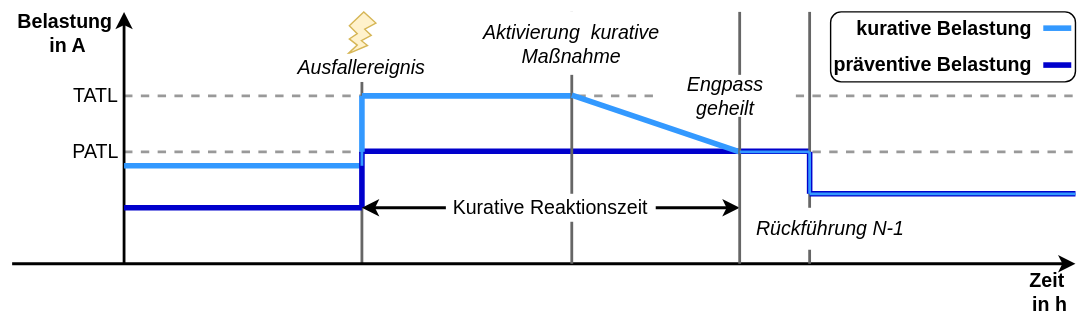
Before: figures/chapter_2/preventiv_vs._curative_redispatch.svg, a diagram exported from draw.io (nikolaus0812/Masterarbeit-Ausgestaltung-eines-Marktmechanismus-fuer-kurative-Systemfuehrung-zur-Engpassbehebung). Source tidied: cells renumbered, new cells last; positions are measured from the earlier drawing's top-left corner, leaving out a move shared by most shapes.
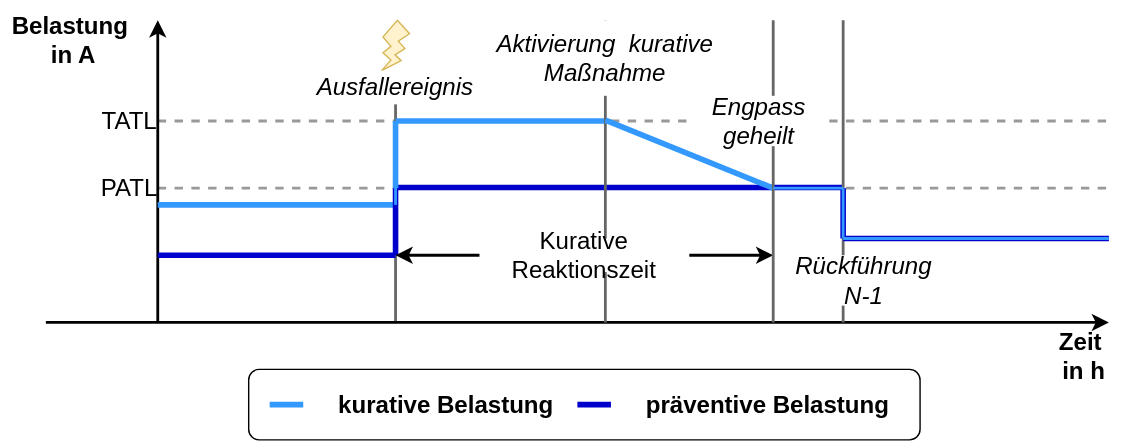
After the change.

The edit, as a diff of the source:
```diff
@@ -3,16 +3,16 @@
     <mxCell id="0" />
     <mxCell id="1" parent="0" />
     <mxCell id="2" style="rounded=1;whiteSpace=wrap;html=1;" parent="1" vertex="1">
-      <mxGeometry x="585" y="8" width="175" height="50" as="geometry" />
+      <mxGeometry x="145" y="265.6" width="480" height="50.4" as="geometry" />
     </mxCell>
     <mxCell id="3" style="endArrow=none;rounded=0;dashed=1;strokeColor=#999999;shadow=0;strokeWidth=2;entryX=1;entryY=0.5;entryDx=0;entryDy=0;" parent="1" edge="1" target="36">
       <mxGeometry relative="1" as="geometry">
-        <mxPoint x="80" y="68" as="sourcePoint" />
+        <mxPoint x="80" y="88" as="sourcePoint" />
       </mxGeometry>
     </mxCell>
     <mxCell id="4" style="endArrow=none;rounded=0;fillColor=#f8cecc;strokeColor=#666666;strokeWidth=2;" parent="1" edge="1" target="34">
       <mxGeometry relative="1" as="geometry">
-        <mxPoint x="250" y="188" as="sourcePoint" />
+        <mxPoint x="250" y="232" as="sourcePoint" />
       </mxGeometry>
     </mxCell>
     <mxCell id="5" style="endArrow=none;rounded=0;fillColor=#f8cecc;strokeColor=#666666;strokeWidth=2;" parent="1" edge="1" source="34" target="27">
@@ -20,183 +20,183 @@
     </mxCell>
     <mxCell id="6" style="endArrow=none;rounded=0;dashed=1;strokeColor=#999999;shadow=0;strokeWidth=2;" parent="1" edge="1" source="36">
       <mxGeometry relative="1" as="geometry">
-        <mxPoint x="760" y="68" as="targetPoint" />
+        <mxPoint x="760" y="88" as="targetPoint" />
       </mxGeometry>
     </mxCell>
     <mxCell id="7" style="endArrow=none;rounded=0;dashed=1;strokeColor=#999999;shadow=0;strokeWidth=2;" parent="1" edge="1">
       <mxGeometry relative="1" as="geometry">
-        <mxPoint x="80" y="108" as="sourcePoint" />
-        <mxPoint x="760" y="108" as="targetPoint" />
+        <mxPoint x="80" y="136" as="sourcePoint" />
+        <mxPoint x="760" y="136" as="targetPoint" />
       </mxGeometry>
     </mxCell>
     <mxCell id="8" style="endArrow=classic;rounded=0;strokeWidth=2;" parent="1" edge="1">
       <mxGeometry relative="1" as="geometry">
-        <mxPoint x="80" y="188" as="sourcePoint" />
-        <mxPoint x="80" y="8" as="targetPoint" />
+        <mxPoint x="80" y="232" as="sourcePoint" />
+        <mxPoint x="80" y="16" as="targetPoint" />
       </mxGeometry>
     </mxCell>
     <mxCell id="9" style="endArrow=classic;rounded=0;strokeWidth=2;" parent="1" edge="1">
       <mxGeometry relative="1" as="geometry">
-        <mxPoint y="188" as="sourcePoint" />
-        <mxPoint x="760" y="188" as="targetPoint" />
+        <mxPoint y="232" as="sourcePoint" />
+        <mxPoint x="760" y="232" as="targetPoint" />
       </mxGeometry>
     </mxCell>
-    <mxCell id="10" value="Zeit&#10; in h" style="text;whiteSpace=wrap;strokeColor=none;fillColor=none;align=center;verticalAlign=middle;rounded=0;rotation=0;fontStyle=1;fontSize=14;fontFamily=Helvetica;" parent="1" vertex="1">
-      <mxGeometry x="710" y="188" width="60" height="40" as="geometry" />
+    <mxCell id="10" value="Zeit&#10; in h" style="text;whiteSpace=wrap;strokeColor=none;fillColor=none;align=center;verticalAlign=middle;rounded=0;rotation=0;fontStyle=1;fontSize=17.2;fontFamily=Helvetica;" parent="1" vertex="1">
+      <mxGeometry x="710" y="232" width="60" height="48" as="geometry" />
     </mxCell>
-    <mxCell id="11" value="Belastung &#10;in A" style="text;whiteSpace=wrap;strokeColor=none;fillColor=none;align=center;verticalAlign=middle;rounded=0;fontStyle=1;fontSize=14;fontFamily=Arial;" parent="1" vertex="1">
-      <mxGeometry x="10" y="3" width="60" height="40" as="geometry" />
+    <mxCell id="11" value="Belastung &#10;in A" style="text;whiteSpace=wrap;strokeColor=none;fillColor=none;align=center;verticalAlign=middle;rounded=0;fontStyle=1;fontSize=17.2;fontFamily=Arial;" parent="1" vertex="1">
+      <mxGeometry x="-32" y="1.6" width="104" height="57.6" as="geometry" />
     </mxCell>
     <mxCell id="12" style="endArrow=none;rounded=0;fillColor=#f8cecc;strokeColor=#666666;strokeWidth=2;" parent="1" edge="1" source="27">
       <mxGeometry relative="1" as="geometry">
-        <mxPoint x="250" y="8" as="targetPoint" />
+        <mxPoint x="250" y="16" as="targetPoint" />
       </mxGeometry>
     </mxCell>
     <mxCell id="13" style="endArrow=none;rounded=0;fillColor=#6666FF;strokeColor=#0000CC;strokeWidth=4;" parent="1" edge="1">
       <mxGeometry relative="1" as="geometry">
-        <mxPoint x="80" y="148" as="sourcePoint" />
-        <mxPoint x="250" y="148" as="targetPoint" />
+        <mxPoint x="80" y="184" as="sourcePoint" />
+        <mxPoint x="250" y="184" as="targetPoint" />
       </mxGeometry>
     </mxCell>
     <mxCell id="14" style="endArrow=none;rounded=0;fillColor=#6666FF;strokeColor=#0000CC;strokeWidth=4;" parent="1" edge="1">
       <mxGeometry relative="1" as="geometry">
-        <mxPoint x="250" y="107.6" as="sourcePoint" />
-        <mxPoint x="570" y="107.6" as="targetPoint" />
+        <mxPoint x="250" y="135.5" as="sourcePoint" />
+        <mxPoint x="570" y="135.5" as="targetPoint" />
       </mxGeometry>
     </mxCell>
     <mxCell id="15" style="endArrow=none;rounded=0;fillColor=#f8cecc;strokeColor=#666666;strokeWidth=2;" parent="1" edge="1">
       <mxGeometry relative="1" as="geometry">
-        <mxPoint x="570" y="188" as="sourcePoint" />
-        <mxPoint x="570" y="8" as="targetPoint" />
+        <mxPoint x="570" y="232" as="sourcePoint" />
+        <mxPoint x="570" y="16" as="targetPoint" />
       </mxGeometry>
     </mxCell>
     <mxCell id="16" style="endArrow=none;rounded=0;fillColor=#6666FF;strokeColor=#3399FF;strokeWidth=4;" parent="1" edge="1">
       <mxGeometry relative="1" as="geometry">
-        <mxPoint x="80" y="118" as="sourcePoint" />
-        <mxPoint x="250" y="118" as="targetPoint" />
+        <mxPoint x="80" y="148" as="sourcePoint" />
+        <mxPoint x="250" y="148" as="targetPoint" />
       </mxGeometry>
     </mxCell>
     <mxCell id="17" style="endArrow=none;rounded=0;fillColor=#6666FF;strokeColor=#3399FF;strokeWidth=4;" parent="1" edge="1">
       <mxGeometry relative="1" as="geometry">
-        <mxPoint x="250" y="68" as="sourcePoint" />
-        <mxPoint x="400" y="68" as="targetPoint" />
+        <mxPoint x="250" y="88" as="sourcePoint" />
+        <mxPoint x="400" y="88" as="targetPoint" />
       </mxGeometry>
     </mxCell>
     <mxCell id="18" style="endArrow=none;rounded=0;fillColor=#6666FF;strokeColor=#0000CC;strokeWidth=4;" parent="1" edge="1">
       <mxGeometry relative="1" as="geometry">
-        <mxPoint x="570" y="138" as="sourcePoint" />
-        <mxPoint x="760" y="138" as="targetPoint" />
+        <mxPoint x="570" y="172" as="sourcePoint" />
+        <mxPoint x="760" y="172" as="targetPoint" />
       </mxGeometry>
     </mxCell>
-    <mxCell id="19" value="TATL" style="text;whiteSpace=wrap;strokeColor=none;fillColor=none;align=center;verticalAlign=middle;rounded=0;fontStyle=0;fontSize=14;fontFamily=Helvetica;" parent="1" vertex="1">
-      <mxGeometry x="30" y="48" width="60" height="40" as="geometry" />
+    <mxCell id="19" value="TATL" style="text;whiteSpace=wrap;strokeColor=none;fillColor=none;align=center;verticalAlign=middle;rounded=0;fontStyle=0;fontSize=17.2;fontFamily=Helvetica;" parent="1" vertex="1">
+      <mxGeometry x="30" y="64" width="60" height="48" as="geometry" />
     </mxCell>
-    <mxCell id="20" value="PATL" style="text;whiteSpace=wrap;strokeColor=none;fillColor=none;align=center;verticalAlign=middle;rounded=0;fontStyle=0;fontSize=14;fontFamily=Helvetica;" parent="1" vertex="1">
-      <mxGeometry x="30" y="88" width="60" height="40" as="geometry" />
+    <mxCell id="20" value="PATL" style="text;whiteSpace=wrap;strokeColor=none;fillColor=none;align=center;verticalAlign=middle;rounded=0;fontStyle=0;fontSize=17.2;fontFamily=Helvetica;" parent="1" vertex="1">
+      <mxGeometry x="30" y="112" width="60" height="48" as="geometry" />
     </mxCell>
     <mxCell id="21" style="endArrow=none;rounded=0;fillColor=#f8cecc;strokeColor=#666666;strokeWidth=2;" parent="1" edge="1">
       <mxGeometry relative="1" as="geometry">
-        <mxPoint x="400" y="188" as="sourcePoint" />
-        <mxPoint x="400" y="8" as="targetPoint" />
+        <mxPoint x="400" y="232" as="sourcePoint" />
+        <mxPoint x="400" y="16" as="targetPoint" />
       </mxGeometry>
     </mxCell>
-    <mxCell id="22" value="Aktivierung  kurative Maßnahme" style="text;whiteSpace=wrap;strokeColor=none;fillColor=default;align=center;verticalAlign=middle;rounded=0;fontStyle=2;fontSize=14;fontFamily=Helvetica;" parent="1" vertex="1">
-      <mxGeometry x="320" y="8" width="160" height="45" as="geometry" />
+    <mxCell id="22" value="Aktivierung  kurative Maßnahme" style="text;whiteSpace=wrap;strokeColor=none;fillColor=default;align=center;verticalAlign=middle;rounded=0;fontStyle=2;fontSize=17.2;fontFamily=Helvetica;" parent="1" vertex="1">
+      <mxGeometry x="320" y="16" width="160" height="54" as="geometry" />
     </mxCell>
     <mxCell id="23" style="endArrow=none;rounded=0;fillColor=#6666FF;strokeColor=#3399FF;strokeWidth=4;" parent="1" edge="1">
       <mxGeometry relative="1" as="geometry">
-        <mxPoint x="400" y="67.5" as="sourcePoint" />
-        <mxPoint x="520" y="108" as="targetPoint" />
+        <mxPoint x="400" y="87.4" as="sourcePoint" />
+        <mxPoint x="520" y="136" as="targetPoint" />
       </mxGeometry>
     </mxCell>
     <mxCell id="24" style="endArrow=none;rounded=0;fillColor=#6666FF;strokeColor=#0000CC;strokeWidth=4;" parent="1" edge="1">
       <mxGeometry relative="1" as="geometry">
-        <mxPoint x="250" y="148" as="sourcePoint" />
-        <mxPoint x="250" y="108" as="targetPoint" />
+        <mxPoint x="250" y="184" as="sourcePoint" />
+        <mxPoint x="250" y="136" as="targetPoint" />
       </mxGeometry>
     </mxCell>
     <mxCell id="25" style="endArrow=none;rounded=0;fillColor=#6666FF;strokeColor=#3399FF;strokeWidth=4;" parent="1" edge="1">
       <mxGeometry relative="1" as="geometry">
-        <mxPoint x="250" y="108" as="sourcePoint" />
-        <mxPoint x="250" y="68" as="targetPoint" />
+        <mxPoint x="250" y="136" as="sourcePoint" />
+        <mxPoint x="250" y="88" as="targetPoint" />
       </mxGeometry>
     </mxCell>
     <mxCell id="26" style="endArrow=none;rounded=0;fillColor=#6666FF;strokeColor=#0000CC;strokeWidth=4;" parent="1" edge="1">
       <mxGeometry relative="1" as="geometry">
-        <mxPoint x="570" y="108" as="sourcePoint" />
-        <mxPoint x="570" y="138" as="targetPoint" />
+        <mxPoint x="570" y="136" as="sourcePoint" />
+        <mxPoint x="570" y="172" as="targetPoint" />
       </mxGeometry>
     </mxCell>
     <mxCell id="27" style="verticalLabelPosition=bottom;verticalAlign=top;html=1;shape=mxgraph.basic.flash;fillColor=#fff2cc;strokeColor=#d6b656;" parent="1" vertex="1">
-      <mxGeometry x="240" y="8" width="20" height="30" as="geometry" />
+      <mxGeometry x="240" y="16" width="20" height="36" as="geometry" />
     </mxCell>
     <mxCell id="28" style="endArrow=none;rounded=0;fillColor=#6666FF;strokeColor=#3399FF;strokeWidth=4;" parent="1" edge="1">
       <mxGeometry relative="1" as="geometry">
-        <mxPoint x="757" y="19.6" as="sourcePoint" />
-        <mxPoint x="737" y="19.6" as="targetPoint" />
+        <mxPoint x="160" y="290.8" as="sourcePoint" />
+        <mxPoint x="184" y="290.8" as="targetPoint" />
         <Array as="points">
-          <mxPoint x="747" y="19.6" />
+          <mxPoint x="172" y="290.8" />
         </Array>
       </mxGeometry>
     </mxCell>
     <mxCell id="29" style="endArrow=none;rounded=0;fillColor=#6666FF;strokeColor=#0000CC;strokeWidth=4;" parent="1" edge="1">
       <mxGeometry relative="1" as="geometry">
-        <mxPoint x="737" y="46" as="sourcePoint" />
-        <mxPoint x="757" y="46" as="targetPoint" />
+        <mxPoint x="380" y="290.8" as="sourcePoint" />
+        <mxPoint x="404" y="290.8" as="targetPoint" />
       </mxGeometry>
     </mxCell>
-    <mxCell id="30" value="kurative Belastung " style="text;whiteSpace=wrap;strokeColor=none;fillColor=none;align=right;verticalAlign=middle;rounded=0;fontStyle=1;fontSize=14;fontFamily=Helvetica;" parent="1" vertex="1">
-      <mxGeometry x="585" width="150" height="40" as="geometry" />
+    <mxCell id="30" value="kurative Belastung " style="text;whiteSpace=wrap;strokeColor=none;fillColor=none;align=right;verticalAlign=middle;rounded=0;fontStyle=1;fontSize=17.2;fontFamily=Helvetica;" parent="1" vertex="1">
+      <mxGeometry x="190" y="265.6" width="180" height="50.4" as="geometry" />
     </mxCell>
-    <mxCell id="31" value="präventive Belastung " style="text;whiteSpace=wrap;strokeColor=none;fillColor=none;align=right;verticalAlign=middle;rounded=0;fontStyle=1;fontSize=14;fontFamily=Helvetica;" parent="1" vertex="1">
-      <mxGeometry x="575" y="26" width="160" height="40" as="geometry" />
+    <mxCell id="31" value="präventive Belastung " style="text;whiteSpace=wrap;strokeColor=none;fillColor=none;align=right;verticalAlign=middle;rounded=0;fontStyle=1;fontSize=17.2;fontFamily=Helvetica;" parent="1" vertex="1">
+      <mxGeometry x="410" y="265.6" width="200" height="50.4" as="geometry" />
     </mxCell>
     <mxCell id="32" style="endArrow=classic;startArrow=classic;html=1;rounded=0;strokeWidth=2;" parent="1" edge="1">
       <mxGeometry relative="1" as="geometry">
-        <mxPoint x="250" y="148" as="sourcePoint" />
-        <mxPoint x="520" y="148" as="targetPoint" />
+        <mxPoint x="250" y="184" as="sourcePoint" />
+        <mxPoint x="520" y="184" as="targetPoint" />
       </mxGeometry>
     </mxCell>
     <mxCell id="33" style="endArrow=none;rounded=0;fillColor=#f8cecc;strokeColor=#666666;strokeWidth=2;" parent="1" edge="1">
       <mxGeometry relative="1" as="geometry">
-        <mxPoint x="520" y="188" as="sourcePoint" />
-        <mxPoint x="520" y="8" as="targetPoint" />
+        <mxPoint x="520" y="232" as="sourcePoint" />
+        <mxPoint x="520" y="16" as="targetPoint" />
       </mxGeometry>
     </mxCell>
-    <mxCell id="34" value="Ausfallereignis" style="text;whiteSpace=wrap;strokeColor=none;fillColor=default;align=center;verticalAlign=middle;rounded=0;fontStyle=2;fontSize=14;fontFamily=Helvetica;" parent="1" vertex="1">
-      <mxGeometry x="200" y="38" width="100" height="20" as="geometry" />
+    <mxCell id="34" value="Ausfallereignis" style="text;whiteSpace=wrap;strokeColor=none;fillColor=default;align=center;verticalAlign=middle;rounded=0;fontStyle=2;fontSize=17.2;fontFamily=Helvetica;" parent="1" vertex="1">
+      <mxGeometry x="200" y="52" width="100" height="24" as="geometry" />
     </mxCell>
-    <mxCell id="35" value="Rückführung N-1" style="text;whiteSpace=wrap;strokeColor=none;fillColor=default;align=center;verticalAlign=middle;rounded=0;fontStyle=2;fontSize=14;fontFamily=Helvetica;" parent="1" vertex="1">
-      <mxGeometry x="530" y="148" width="110" height="30" as="geometry" />
+    <mxCell id="35" value="Rückführung N-1" style="text;whiteSpace=wrap;strokeColor=none;fillColor=default;align=center;verticalAlign=middle;rounded=0;fontStyle=2;fontSize=17.2;fontFamily=Helvetica;" parent="1" vertex="1">
+      <mxGeometry x="530" y="184" width="110" height="36" as="geometry" />
     </mxCell>
-    <mxCell id="36" value="Engpass geheilt" style="text;whiteSpace=wrap;strokeColor=none;fillColor=default;align=center;verticalAlign=middle;rounded=0;fontStyle=2;fontSize=14;fontFamily=Helvetica;" parent="1" vertex="1">
-      <mxGeometry x="460" y="53" width="100" height="30" as="geometry" />
+    <mxCell id="36" value="Engpass geheilt" style="text;whiteSpace=wrap;strokeColor=none;fillColor=default;align=center;verticalAlign=middle;rounded=0;fontStyle=2;fontSize=17.2;fontFamily=Helvetica;" parent="1" vertex="1">
+      <mxGeometry x="460" y="70" width="100" height="36" as="geometry" />
     </mxCell>
     <mxCell id="37" style="endArrow=none;rounded=0;fillColor=#6666FF;strokeColor=#3399FF;strokeWidth=2;" parent="1" edge="1">
       <mxGeometry relative="1" as="geometry">
-        <mxPoint x="520" y="108" as="sourcePoint" />
-        <mxPoint x="570" y="108" as="targetPoint" />
+        <mxPoint x="520" y="136" as="sourcePoint" />
+        <mxPoint x="570" y="136" as="targetPoint" />
       </mxGeometry>
     </mxCell>
     <mxCell id="38" style="endArrow=none;rounded=0;fillColor=#6666FF;strokeColor=#3399FF;strokeWidth=2;" parent="1" edge="1">
       <mxGeometry relative="1" as="geometry">
-        <mxPoint x="570" y="108" as="sourcePoint" />
-        <mxPoint x="570" y="138" as="targetPoint" />
+        <mxPoint x="570" y="136" as="sourcePoint" />
+        <mxPoint x="570" y="172" as="targetPoint" />
       </mxGeometry>
     </mxCell>
     <mxCell id="39" style="endArrow=none;rounded=0;fillColor=#6666FF;strokeColor=#3399FF;strokeWidth=2;" parent="1" edge="1">
       <mxGeometry relative="1" as="geometry">
-        <mxPoint x="570" y="138" as="sourcePoint" />
-        <mxPoint x="760" y="138" as="targetPoint" />
+        <mxPoint x="570" y="172" as="sourcePoint" />
+        <mxPoint x="760" y="172" as="targetPoint" />
       </mxGeometry>
     </mxCell>
-    <mxCell id="40" value="Kurative Reaktionszeit" style="text;whiteSpace=wrap;strokeColor=none;fillColor=default;align=center;verticalAlign=middle;rounded=0;fontStyle=0;fontSize=14;fontFamily=Helvetica;" parent="1" vertex="1">
-      <mxGeometry x="310" y="138" width="150" height="20" as="geometry" />
+    <mxCell id="40" value="Kurative Reaktionszeit" style="text;whiteSpace=wrap;strokeColor=none;fillColor=default;align=center;verticalAlign=middle;rounded=0;fontStyle=0;fontSize=17.2;fontFamily=Helvetica;" parent="1" vertex="1">
+      <mxGeometry x="310" y="172" width="150" height="24" as="geometry" />
     </mxCell>
     <mxCell id="41" style="endArrow=none;rounded=0;fillColor=#6666FF;strokeColor=#3399FF;strokeWidth=2;" parent="1" edge="1">
       <mxGeometry relative="1" as="geometry">
-        <mxPoint x="250" y="118" as="sourcePoint" />
-        <mxPoint x="250" y="98" as="targetPoint" />
+        <mxPoint x="250" y="148" as="sourcePoint" />
+        <mxPoint x="250" y="124" as="targetPoint" />
       </mxGeometry>
     </mxCell>
   </root>
```
